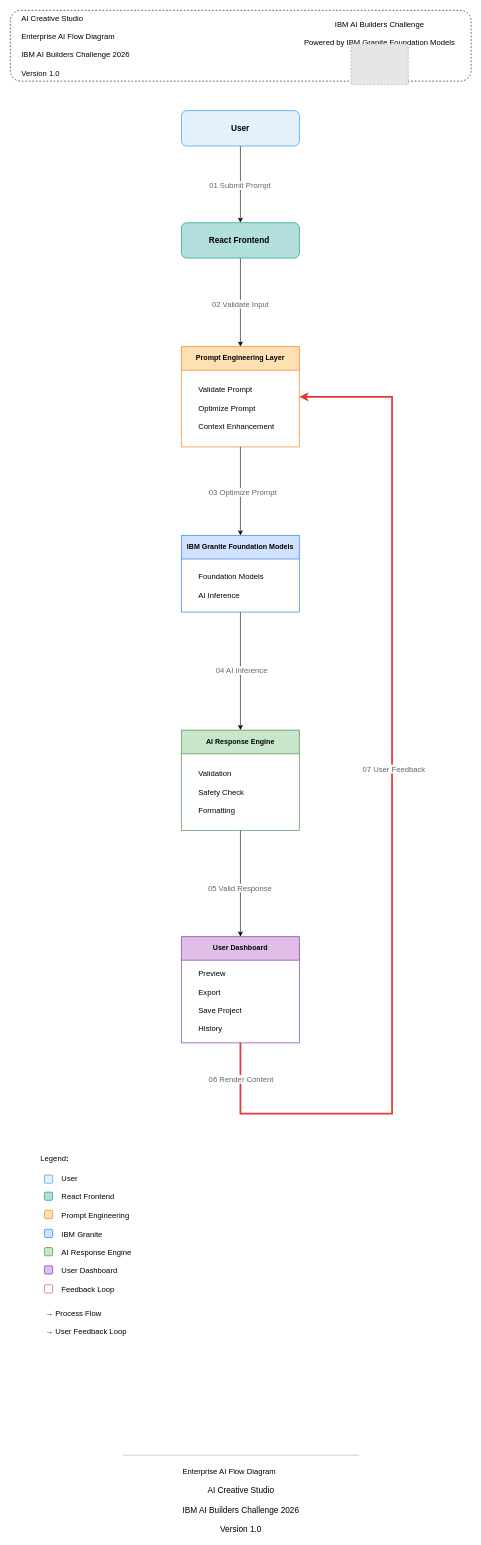
Above: docs/diagrams/AI-Flow.drawio in HiwaMajidpour/AI-Builders-Challenge (draw.io), before the change. Source tidied: cells renumbered, new cells numbered last; positions are measured from the earlier drawing's top-left corner, leaving out a move shared by most shapes. Both pictures are drawn from the tidied source at 59%, with x=0, y=0 at pixel (10, 10). Pictures stored in the file or linked from it are replaced by grey dashed boxes.
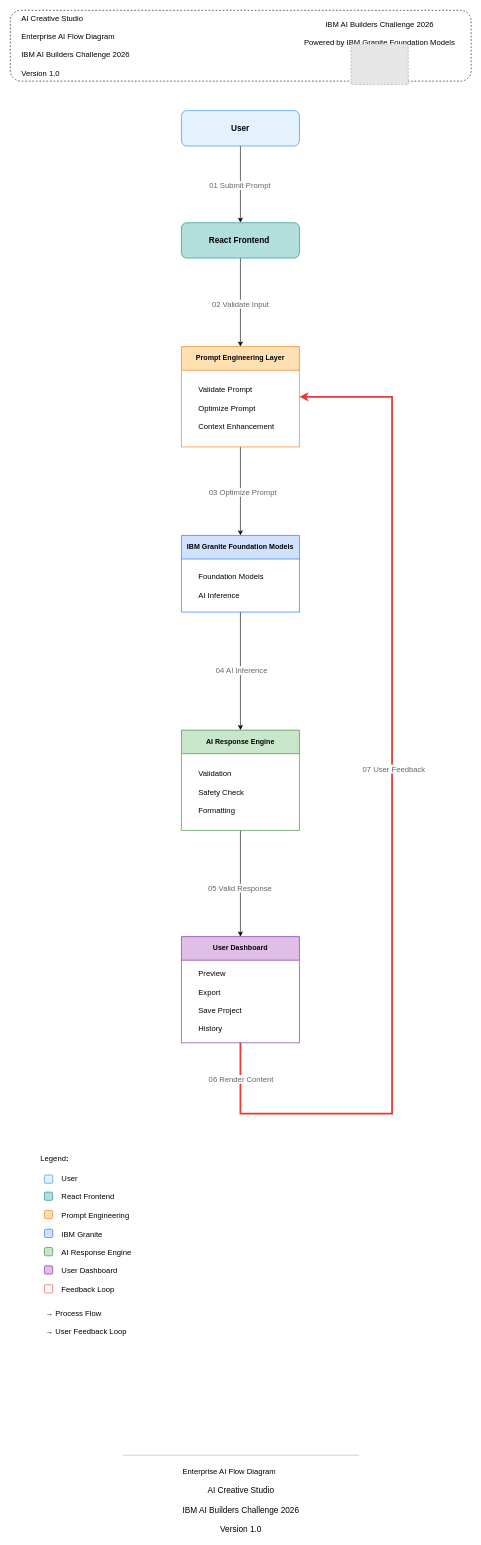
After the change.

Diff of the diagram source:
```diff
@@
-    <mxCell id="4" value="&lt;div&gt;&lt;span style=&quot;font-size: 13px;&quot;&gt;IBM AI Builders Challenge&lt;/span&gt;&lt;/div&gt;&lt;div&gt;&lt;span style=&quot;font-size: 13px;&quot;&gt;&lt;br&gt;&lt;/span&gt;&lt;/div&gt;&lt;div&gt;&lt;span style=&quot;font-size: 13px;&quot;&gt;Powered by IBM Granite Foundation Models&lt;/span&gt;&lt;/div&gt;" style="text;html=1;whiteSpace=wrap;strokeColor=none;fillColor=none;align=center;verticalAlign=middle;rounded=0;" parent="1" vertex="1">
+    <mxCell id="4" value="&lt;div&gt;&lt;span style=&quot;font-size: 13px;&quot;&gt;IBM AI Builders Challenge 2026&lt;/span&gt;&lt;/div&gt;&lt;div&gt;&lt;span style=&quot;font-size: 13px;&quot;&gt;&lt;br&gt;&lt;/span&gt;&lt;/div&gt;&lt;div&gt;&lt;span style=&quot;font-size: 13px;&quot;&gt;Powered by IBM Granite Foundation Models&lt;/span&gt;&lt;/div&gt;" style="text;html=1;whiteSpace=wrap;strokeColor=none;fillColor=none;align=center;verticalAlign=middle;rounded=0;" parent="1" vertex="1">
       <mxGeometry x="481" y="10" width="290" height="60" as="geometry" />
     </mxCell>
```
